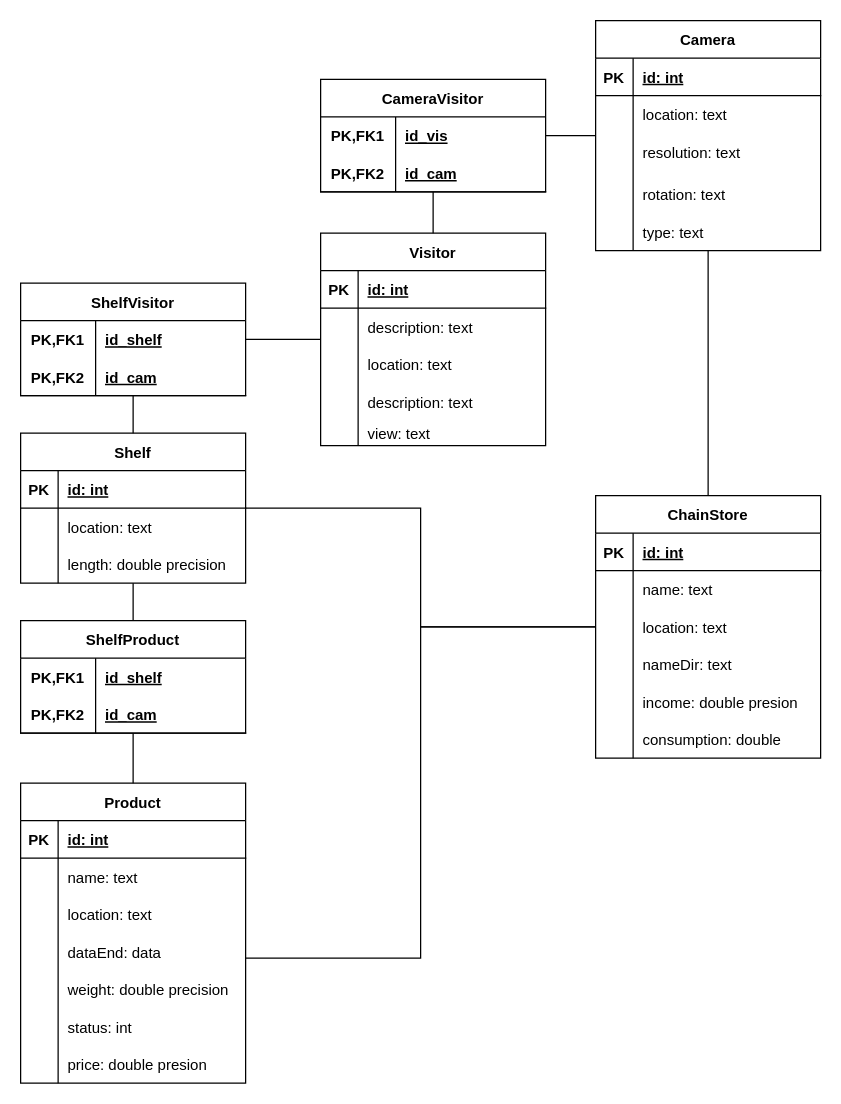
xanderkov/ics7-db-cw keeps this draw.io diagram as docs/assets/graphs/ER-diagram.drawio. Above is the earlier version. Source tidied: cells renumbered, new cells numbered last; positions are measured from the earlier drawing's top-left corner, leaving out a move shared by most shapes. Both pictures are drawn from the tidied source at 125%, with x=0, y=0 at pixel (20, 20).
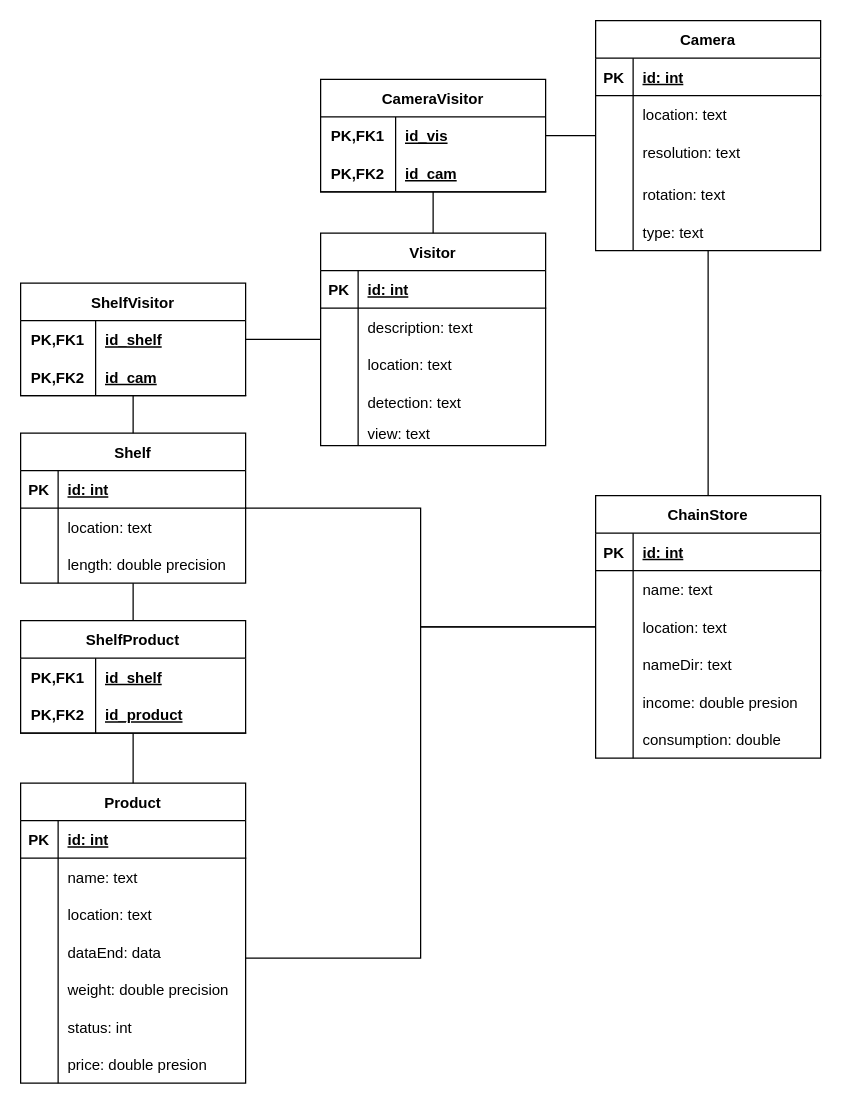
The same diagram, later.

The change refers to these unchanged cells:
```xml
<mxCell id="108" style="shape=tableRow;horizontal=0;startSize=0;swimlaneHead=0;swimlaneBody=0;fillColor=none;top=0;left=0;right=0;bottom=1;" parent="104" vertex="1">
  <mxGeometry y="60" width="180" height="30" as="geometry" />
</mxCell>
```

Change to the diagram source:
```diff
@@
-    <mxCell id="15" value="description: text" style="shape=partialRectangle;fillColor=none;top=0;left=0;bottom=0;right=0;align=left;spacingLeft=6;overflow=hidden;" parent="1" vertex="1">
+    <mxCell id="15" value="detection: text" style="shape=partialRectangle;fillColor=none;top=0;left=0;bottom=0;right=0;align=left;spacingLeft=6;overflow=hidden;" parent="1" vertex="1">
       <mxGeometry x="270" y="290" width="150" height="30" as="geometry" />
     </mxCell>
@@
-    <mxCell id="110" value="id_cam" style="shape=partialRectangle;fillColor=none;top=0;left=0;bottom=0;right=0;align=left;spacingLeft=6;fontStyle=5;overflow=hidden;" parent="108" vertex="1">
+    <mxCell id="110" value="id_product" style="shape=partialRectangle;fillColor=none;top=0;left=0;bottom=0;right=0;align=left;spacingLeft=6;fontStyle=5;overflow=hidden;" parent="108" vertex="1">
       <mxGeometry x="60" width="120" height="30" as="geometry" />
     </mxCell>
```
